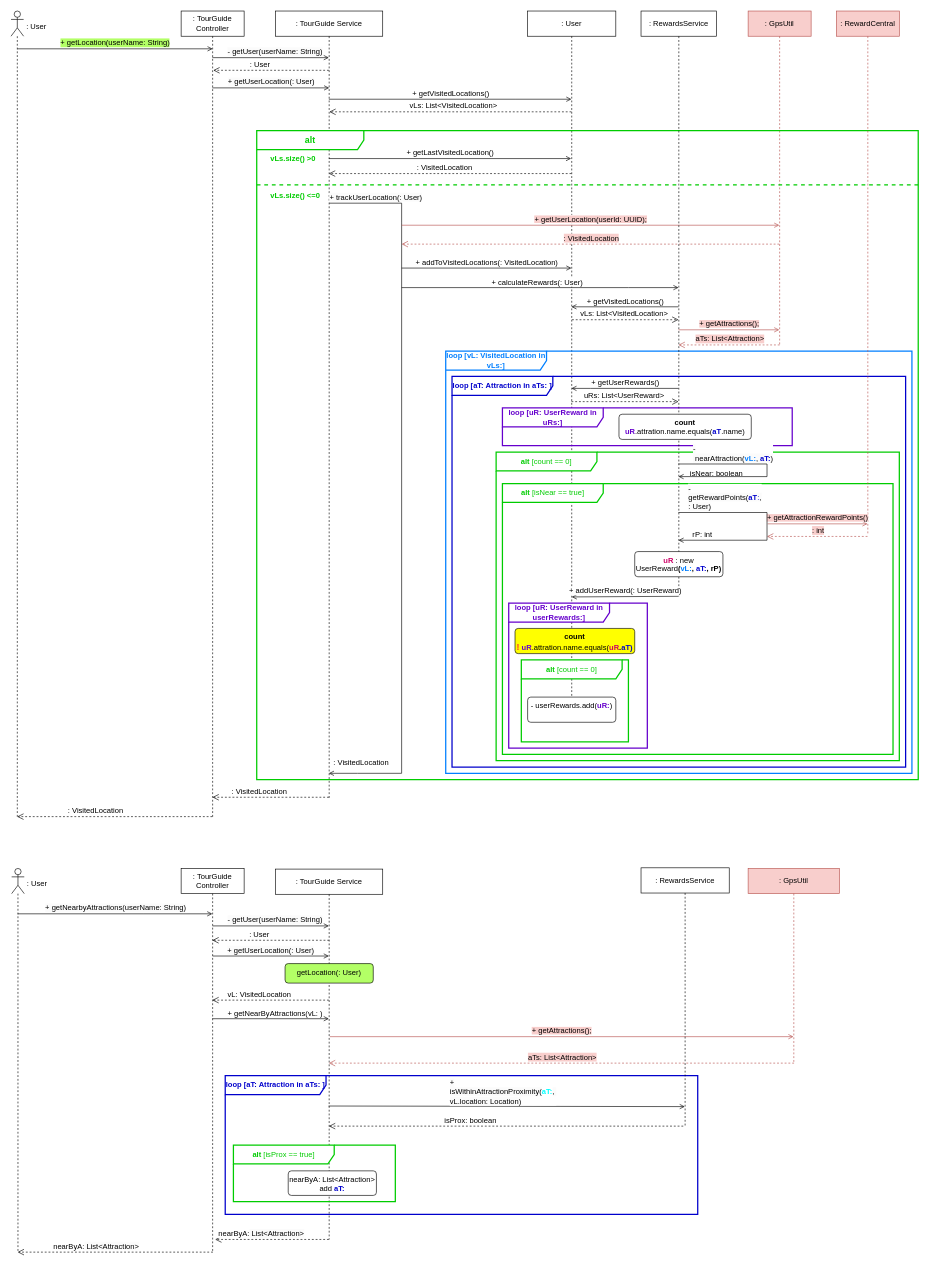
Earlier version of the draw.io diagram page "SequencesAvantCorrection" (3 of 4) of UML/UML.drawio (emmo78/JavaPathENProject8Sec). Source tidied: cells renumbered, new cells numbered last; positions are measured from the earlier drawing's top-left corner, leaving out a move shared by most shapes. Both pictures are drawn from the tidied source at 63%, with x=0, y=0 at pixel (11, 11).
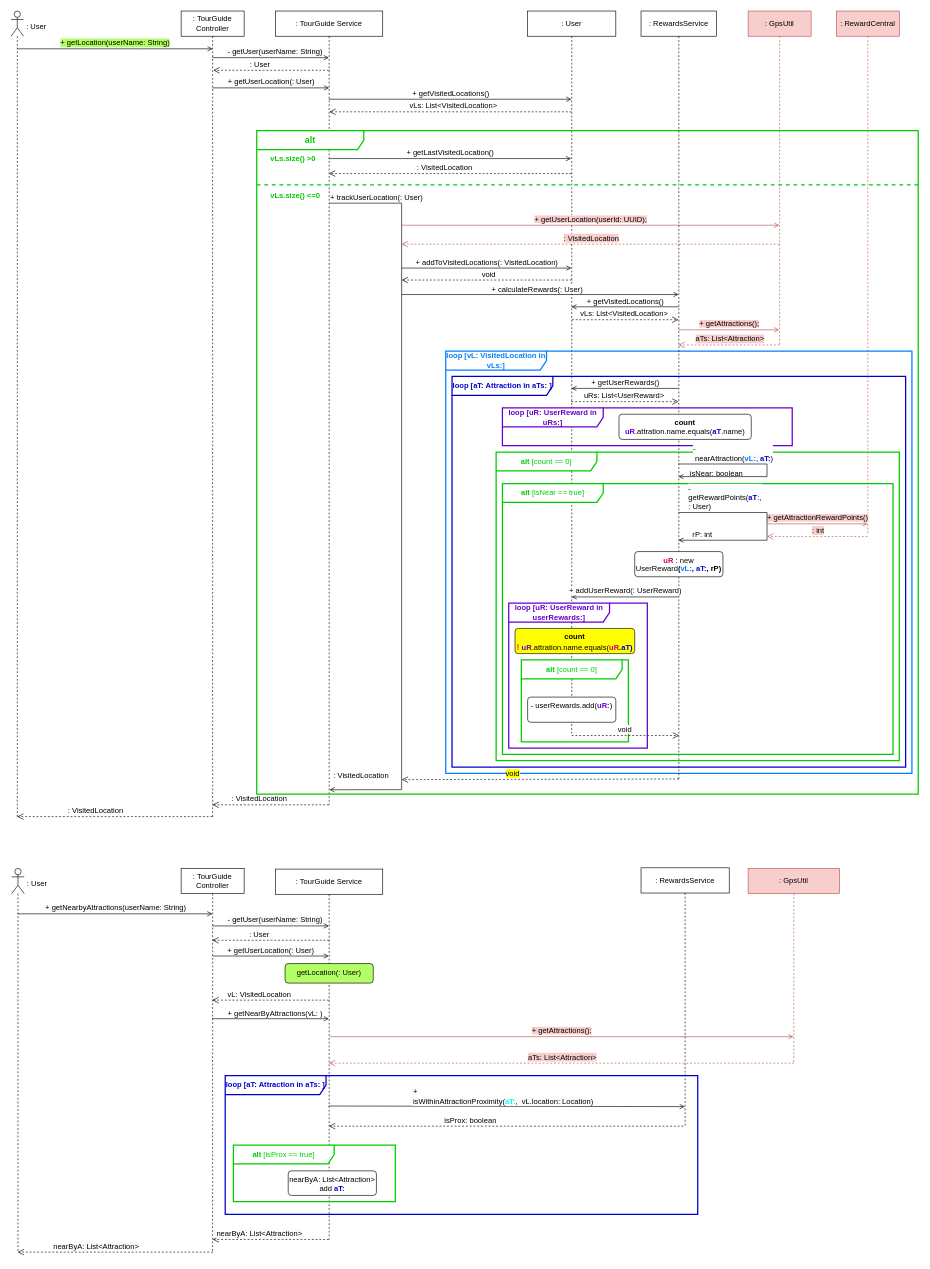
Above is the later version.

The change refers to these unchanged cells:
```xml
<mxCell id="14" value=": TourGuide Controller" style="shape=umlLifeline;perimeter=lifelinePerimeter;whiteSpace=wrap;html=1;outlineConnect=0;size=40;" parent="1" vertex="1">
  <mxGeometry x="270" y="1361" width="100" height="609" as="geometry" />
</mxCell>
<mxCell id="42" value="&lt;font style=&quot;font-size: 12px;&quot; color=&quot;#00cc00&quot;&gt;&lt;b&gt;&lt;font style=&quot;font-size: 12px;&quot;&gt;alt&lt;/font&gt;&lt;/b&gt; [isNear == true]&lt;/font&gt;" style="shape=umlFrame;whiteSpace=wrap;html=1;width=160;strokeColor=#00CC00;strokeWidth=2;" parent="37" vertex="1">
  <mxGeometry x="-220" y="750" width="620" height="430" as="geometry" />
</mxCell>
```

Diff of the diagram source:
```diff
@@
     <mxCell id="7" value=": TourGuide Service" style="shape=umlLifeline;perimeter=lifelinePerimeter;whiteSpace=wrap;html=1;outlineConnect=0;size=40;" parent="1" vertex="1">
-      <mxGeometry x="420" width="170" height="1250" as="geometry" />
+      <mxGeometry x="420" width="170" height="1260" as="geometry" />
     </mxCell>
     <mxCell id="8" value=": User" style="shape=umlLifeline;perimeter=lifelinePerimeter;whiteSpace=wrap;html=1;outlineConnect=0;size=40;" parent="1" vertex="1">
-      <mxGeometry x="820" width="140" height="1089" as="geometry" />
+      <mxGeometry x="820" width="140" height="1150" as="geometry" />
     </mxCell>
@@
-    <mxCell id="17" value="&lt;span style=&quot;font-size: 12px; text-align: left; background-color: rgb(251, 251, 251);&quot;&gt;+ trackUserLocation(: User)&lt;/span&gt;" style="html=1;verticalAlign=bottom;endArrow=open;rounded=0;endFill=0;" parent="1" edge="1" target="7">
+    <mxCell id="17" value="&lt;span style=&quot;font-size: 12px; text-align: left; background-color: rgb(251, 251, 251);&quot;&gt;+ trackUserLocation(: User)&lt;/span&gt;" style="html=1;verticalAlign=bottom;endArrow=open;rounded=0;endFill=0;entryX=0.503;entryY=0.981;entryDx=0;entryDy=0;entryPerimeter=0;" parent="1" edge="1" target="7">
       <mxGeometry x="-0.87" relative="1" as="geometry">
         <mxPoint x="505.2" y="305" as="sourcePoint" />
         <Array as="points">
           <mxPoint x="620" y="305" />
           <mxPoint x="620" y="335" />
-          <mxPoint x="620" y="1210" />
-          <mxPoint x="550" y="1210" />
+          <mxPoint x="620" y="1236" />
         </Array>
       </mxGeometry>
     </mxCell>
@@
     <mxCell id="22" value="&lt;font style=&quot;font-size: 12px;&quot;&gt;: VisitedLocation&lt;/font&gt;" style="html=1;verticalAlign=bottom;endArrow=open;dashed=1;endSize=8;rounded=0;" parent="1" edge="1">
       <mxGeometry x="0.2" relative="1" as="geometry">
-        <mxPoint x="504.5" y="1248" as="sourcePoint" />
-        <mxPoint x="319.7" y="1248" as="targetPoint" />
+        <mxPoint x="504.5" y="1260" as="sourcePoint" />
+        <mxPoint x="319.7" y="1260" as="targetPoint" />
       </mxGeometry>
     </mxCell>
@@
     <mxCell id="24" value="&lt;b&gt;&lt;font color=&quot;#00cc00&quot; style=&quot;font-size: 14px;&quot;&gt;alt&lt;/font&gt;&lt;/b&gt;" style="shape=umlFrame;whiteSpace=wrap;html=1;width=170;strokeColor=#00CC00;strokeWidth=2;" parent="1" vertex="1">
-      <mxGeometry x="390" y="190" width="1050" height="1030" as="geometry" />
+      <mxGeometry x="390" y="190" width="1050" height="1053" as="geometry" />
     </mxCell>
@@
     <mxCell id="28" value=": VisitedLocation" style="text;whiteSpace=wrap;html=1;" parent="24" vertex="1">
-      <mxGeometry x="120" y="990" width="120" height="40" as="geometry" />
+      <mxGeometry x="120" y="1010" width="120" height="40" as="geometry" />
     </mxCell>
@@
+    <mxCell id="76" value="&lt;font style=&quot;font-size: 12px;&quot;&gt;void&lt;/font&gt;" style="html=1;verticalAlign=bottom;endArrow=open;dashed=1;endSize=8;rounded=0;" parent="24" edge="1">
+      <mxGeometry x="-0.02" relative="1" as="geometry">
+        <mxPoint x="500" y="237" as="sourcePoint" />
+        <mxPoint x="230" y="237" as="targetPoint" />
+      </mxGeometry>
+    </mxCell>
@@
     <mxCell id="37" value=": RewardsService" style="shape=umlLifeline;perimeter=lifelinePerimeter;whiteSpace=wrap;html=1;outlineConnect=0;size=40;" parent="1" vertex="1">
-      <mxGeometry x="1000" width="120" height="929" as="geometry" />
+      <mxGeometry x="1000" width="120" height="1219" as="geometry" />
     </mxCell>
-    <mxCell id="38" value="&lt;div style=&quot;text-align: left;&quot;&gt;&lt;span style=&quot;font-size: 12px;&quot;&gt;+&amp;nbsp;&lt;/span&gt;&lt;span style=&quot;text-align: center; font-size: 12px;&quot;&gt;calculateRewards(: User)&lt;/span&gt;&lt;/div&gt;" style="html=1;verticalAlign=bottom;endArrow=open;rounded=0;endFill=0;" parent="37" edge="1" target="37">
+    <mxCell id="38" value="&lt;div style=&quot;text-align: left;&quot;&gt;&lt;span style=&quot;font-size: 12px;&quot;&gt;+&amp;nbsp;&lt;/span&gt;&lt;span style=&quot;text-align: center; font-size: 12px;&quot;&gt;calculateRewards(: User)&lt;/span&gt;&lt;/div&gt;" style="html=1;verticalAlign=bottom;endArrow=open;rounded=0;endFill=0;" parent="37" edge="1">
       <mxGeometry x="-0.02" y="-1" relative="1" as="geometry">
-        <mxPoint x="-380" y="439" as="sourcePoint" />
+        <mxPoint x="-380" y="450" as="sourcePoint" />
+        <mxPoint x="59.5" y="450" as="targetPoint" />
         <Array as="points">
-          <mxPoint x="-100" y="439" />
-          <mxPoint x="-20" y="439" />
+          <mxPoint x="-100" y="450" />
+          <mxPoint x="-20" y="450" />
         </Array>
       </mxGeometry>
     </mxCell>
@@
+    <mxCell id="77" value="&lt;font style=&quot;font-size: 12px;&quot;&gt;void&lt;/font&gt;" style="html=1;verticalAlign=bottom;endArrow=open;dashed=1;endSize=8;rounded=0;" parent="42" edge="1">
+      <mxGeometry x="-0.02" relative="1" as="geometry">
+        <mxPoint x="110" y="400" as="sourcePoint" />
+        <mxPoint x="280.5" y="400" as="targetPoint" />
+      </mxGeometry>
+    </mxCell>
@@
-    <mxCell id="72" value="&lt;div style=&quot;text-align: left;&quot;&gt;&lt;span style=&quot;font-size: 12px; text-wrap: wrap; background-color: rgb(251, 251, 251);&quot;&gt;+ isWithinAttractionProximity(&lt;/span&gt;&lt;b style=&quot;text-align: center; text-wrap: wrap; font-size: 12px; background-color: initial; color: rgb(0, 255, 255);&quot;&gt;aT:&lt;/b&gt;&lt;span style=&quot;background-color: rgb(251, 251, 251); font-size: 12px; text-wrap: wrap;&quot;&gt;,&amp;nbsp; vL.location: Location)&lt;/span&gt;&lt;/div&gt;" style="html=1;verticalAlign=bottom;endArrow=open;rounded=0;endFill=0;exitX=0.494;exitY=0.969;exitDx=0;exitDy=0;exitPerimeter=0;" parent="1" edge="1">
+    <mxCell id="72" value="&lt;div style=&quot;text-align: left;&quot;&gt;&lt;span style=&quot;font-size: 12px; text-wrap: wrap; background-color: rgb(251, 251, 251);&quot;&gt;+ isWithinAttractionProximity(&lt;/span&gt;&lt;b style=&quot;text-align: center; text-wrap: nowrap; font-size: 12px; background-color: initial; color: rgb(0, 255, 255);&quot;&gt;aT:&lt;/b&gt;&lt;span style=&quot;background-color: rgb(251, 251, 251); font-size: 12px; text-wrap: nowrap;&quot;&gt;,&amp;nbsp; vL.location: Location)&lt;/span&gt;&lt;/div&gt;" style="html=1;verticalAlign=bottom;endArrow=open;rounded=0;endFill=0;exitX=0.494;exitY=0.969;exitDx=0;exitDy=0;exitPerimeter=0;" parent="1" edge="1">
       <mxGeometry x="-0.02" y="-1" relative="1" as="geometry">
         <mxPoint x="504" y="1738.1" as="sourcePoint" />
         <mxPoint x="1069.5" y="1739" as="targetPoint" />
       </mxGeometry>
     </mxCell>
@@
-    <mxCell id="74" value="&lt;font style=&quot;font-size: 12px;&quot;&gt;nearByA:&lt;/font&gt;&lt;span style=&quot;font-size: 12px; text-align: left; background-color: rgb(251, 251, 251);&quot;&gt;&amp;nbsp;List&amp;lt;Attraction&amp;gt;&lt;/span&gt;" style="html=1;verticalAlign=bottom;endArrow=open;dashed=1;endSize=8;rounded=0;entryX=0.54;entryY=0.909;entryDx=0;entryDy=0;entryPerimeter=0;" parent="1" edge="1">
+    <mxCell id="74" value="&lt;font style=&quot;font-size: 12px;&quot;&gt;nearByA:&lt;/font&gt;&lt;span style=&quot;font-size: 12px; text-align: left; background-color: rgb(251, 251, 251);&quot;&gt;&amp;nbsp;List&amp;lt;Attraction&amp;gt;&lt;/span&gt;" style="html=1;verticalAlign=bottom;endArrow=open;dashed=1;endSize=8;rounded=0;entryX=0.5;entryY=0.967;entryDx=0;entryDy=0;entryPerimeter=0;" parent="1" edge="1" target="14">
       <mxGeometry x="0.2" relative="1" as="geometry">
         <mxPoint x="504.5" y="1949.9" as="sourcePoint" />
-        <mxPoint x="324" y="1949.9" as="targetPoint" />
       </mxGeometry>
     </mxCell>
@@
+    <mxCell id="78" value="&lt;font style=&quot;font-size: 12px; background-color: rgb(255, 255, 0);&quot;&gt;void&lt;/font&gt;" style="html=1;verticalAlign=bottom;endArrow=open;dashed=1;endSize=8;rounded=0;exitX=0.5;exitY=1;exitDx=0;exitDy=0;exitPerimeter=0;" parent="1" edge="1" source="37">
+      <mxGeometry x="0.2" relative="1" as="geometry">
+        <mxPoint x="620" y="1220" as="targetPoint" />
+      </mxGeometry>
+    </mxCell>
```
